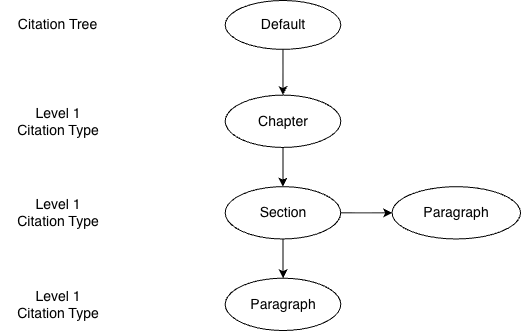
Above: assets/img/thesis_citation-tree_example.png in distributed-text-services/specifications (draw.io), before the change. Source tidied: cells renumbered, new cells last; positions are measured from the earlier drawing's top-left corner, leaving out a move shared by most shapes.
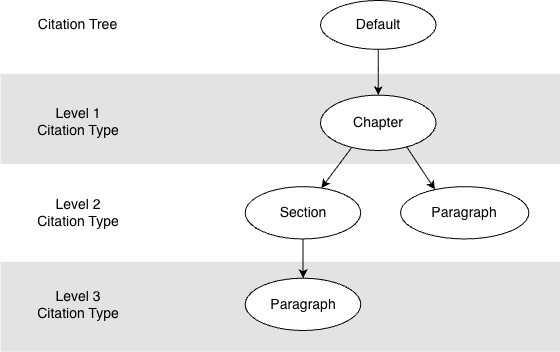
After the commit.

The edit, as a diff of the source:
```diff
@@ -2,29 +2,35 @@
   <root>
     <mxCell id="0" />
     <mxCell id="1" parent="0" />
+    <mxCell id="15" style="rounded=0;whiteSpace=wrap;html=1;fillColor=#E3E3E3;fontColor=#333333;strokeColor=none;" parent="1" vertex="1">
+      <mxGeometry x="-20" y="73.4" width="560" height="90" as="geometry" />
+    </mxCell>
+    <mxCell id="16" style="rounded=0;whiteSpace=wrap;html=1;fillColor=#E3E3E3;fontColor=#333333;strokeColor=none;" parent="1" vertex="1">
+      <mxGeometry x="-20" y="261.2" width="560" height="90" as="geometry" />
+    </mxCell>
     <mxCell id="2" value="Citation Tree" style="text;html=1;whiteSpace=wrap;strokeColor=none;fillColor=none;align=center;verticalAlign=middle;rounded=0;fontSize=14;" parent="1" vertex="1">
       <mxGeometry x="3.2" y="4.8" width="109.1" height="39.2" as="geometry" />
     </mxCell>
     <mxCell id="3" value="Level 1&lt;div&gt;Citation Type&lt;/div&gt;" style="text;html=1;whiteSpace=wrap;strokeColor=none;fillColor=none;align=center;verticalAlign=middle;rounded=0;fontSize=14;" parent="1" vertex="1">
       <mxGeometry y="101.2" width="115.6" height="39.2" as="geometry" />
     </mxCell>
-    <mxCell id="4" value="Level 1&lt;div&gt;Citation Type&lt;/div&gt;" style="text;html=1;whiteSpace=wrap;strokeColor=none;fillColor=none;align=center;verticalAlign=middle;rounded=0;fontSize=14;" parent="1" vertex="1">
+    <mxCell id="4" value="Level 2&lt;div&gt;Citation Type&lt;/div&gt;" style="text;html=1;whiteSpace=wrap;strokeColor=none;fillColor=none;align=center;verticalAlign=middle;rounded=0;fontSize=14;" parent="1" vertex="1">
       <mxGeometry y="192.7" width="115.6" height="39.2" as="geometry" />
     </mxCell>
-    <mxCell id="5" value="Level 1&lt;div&gt;Citation Type&lt;/div&gt;" style="text;html=1;whiteSpace=wrap;strokeColor=none;fillColor=none;align=center;verticalAlign=middle;rounded=0;fontSize=14;" parent="1" vertex="1">
+    <mxCell id="5" value="Level 3&lt;div&gt;Citation Type&lt;/div&gt;" style="text;html=1;whiteSpace=wrap;strokeColor=none;fillColor=none;align=center;verticalAlign=middle;rounded=0;fontSize=14;" parent="1" vertex="1">
       <mxGeometry y="284.2" width="115.6" height="39.2" as="geometry" />
     </mxCell>
-    <mxCell id="6" style="edgeStyle=orthogonalEdgeStyle;rounded=0;jettySize=auto;html=1;exitX=0.5;exitY=1;exitDx=0;exitDy=0;entryX=0.5;entryY=0;entryDx=0;entryDy=0;fontSize=14;" parent="1" edge="1" source="7" target="9">
+    <mxCell id="6" style="rounded=0;jettySize=auto;html=1;exitX=0.5;exitY=1;exitDx=0;exitDy=0;entryX=0.5;entryY=0;entryDx=0;entryDy=0;fontSize=14;" parent="1" edge="1" source="7" target="9">
       <mxGeometry relative="1" as="geometry" />
     </mxCell>
     <mxCell id="7" value="Default" style="ellipse;whiteSpace=wrap;html=1;fontSize=14;" parent="1" vertex="1">
-      <mxGeometry x="224.7" width="115.6" height="48.9" as="geometry" />
+      <mxGeometry x="300" width="115.6" height="48.9" as="geometry" />
     </mxCell>
-    <mxCell id="8" style="edgeStyle=orthogonalEdgeStyle;rounded=0;jettySize=auto;html=1;exitX=0.5;exitY=1;exitDx=0;exitDy=0;fontSize=14;" parent="1" edge="1" source="9" target="11">
+    <mxCell id="8" style="rounded=0;jettySize=auto;html=1;fontSize=14;exitX=0.277;exitY=0.928;exitDx=0;exitDy=0;exitPerimeter=0;" parent="1" edge="1" source="9" target="11">
       <mxGeometry relative="1" as="geometry" />
     </mxCell>
     <mxCell id="9" value="Chapter" style="ellipse;whiteSpace=wrap;html=1;fontSize=14;" parent="1" vertex="1">
-      <mxGeometry x="224.7" y="94.6" width="115.6" height="52.3" as="geometry" />
+      <mxGeometry x="300" y="94.6" width="115.6" height="55.4" as="geometry" />
     </mxCell>
     <mxCell id="10" style="edgeStyle=orthogonalEdgeStyle;rounded=0;jettySize=auto;html=1;exitX=0.5;exitY=1;exitDx=0;exitDy=0;fontSize=14;" parent="1" edge="1" source="11" target="13">
       <mxGeometry relative="1" as="geometry" />
@@ -33,12 +39,12 @@
       <mxGeometry x="224.7" y="186.2" width="115.6" height="52.3" as="geometry" />
     </mxCell>
     <mxCell id="12" value="Paragraph" style="ellipse;whiteSpace=wrap;html=1;fontSize=14;" parent="1" vertex="1">
-      <mxGeometry x="391.6" y="186.2" width="128.4" height="52.3" as="geometry" />
+      <mxGeometry x="380" y="186.2" width="128.4" height="52.3" as="geometry" />
     </mxCell>
     <mxCell id="13" value="Paragraph" style="ellipse;whiteSpace=wrap;html=1;fontSize=14;" parent="1" vertex="1">
       <mxGeometry x="224.7" y="277.7" width="115.6" height="52.3" as="geometry" />
     </mxCell>
-    <mxCell id="14" style="endArrow=classic;html=1;rounded=0;exitX=1;exitY=0.5;exitDx=0;exitDy=0;entryX=0;entryY=0.5;entryDx=0;entryDy=0;fontSize=14;" parent="1" edge="1" source="11" target="12">
+    <mxCell id="14" style="endArrow=classic;html=1;rounded=0;exitX=0.744;exitY=0.928;exitDx=0;exitDy=0;entryX=0.268;entryY=0.054;entryDx=0;entryDy=0;fontSize=14;exitPerimeter=0;entryPerimeter=0;" parent="1" edge="1" source="9" target="12">
       <mxGeometry relative="1" as="geometry" />
     </mxCell>
   </root>
```
